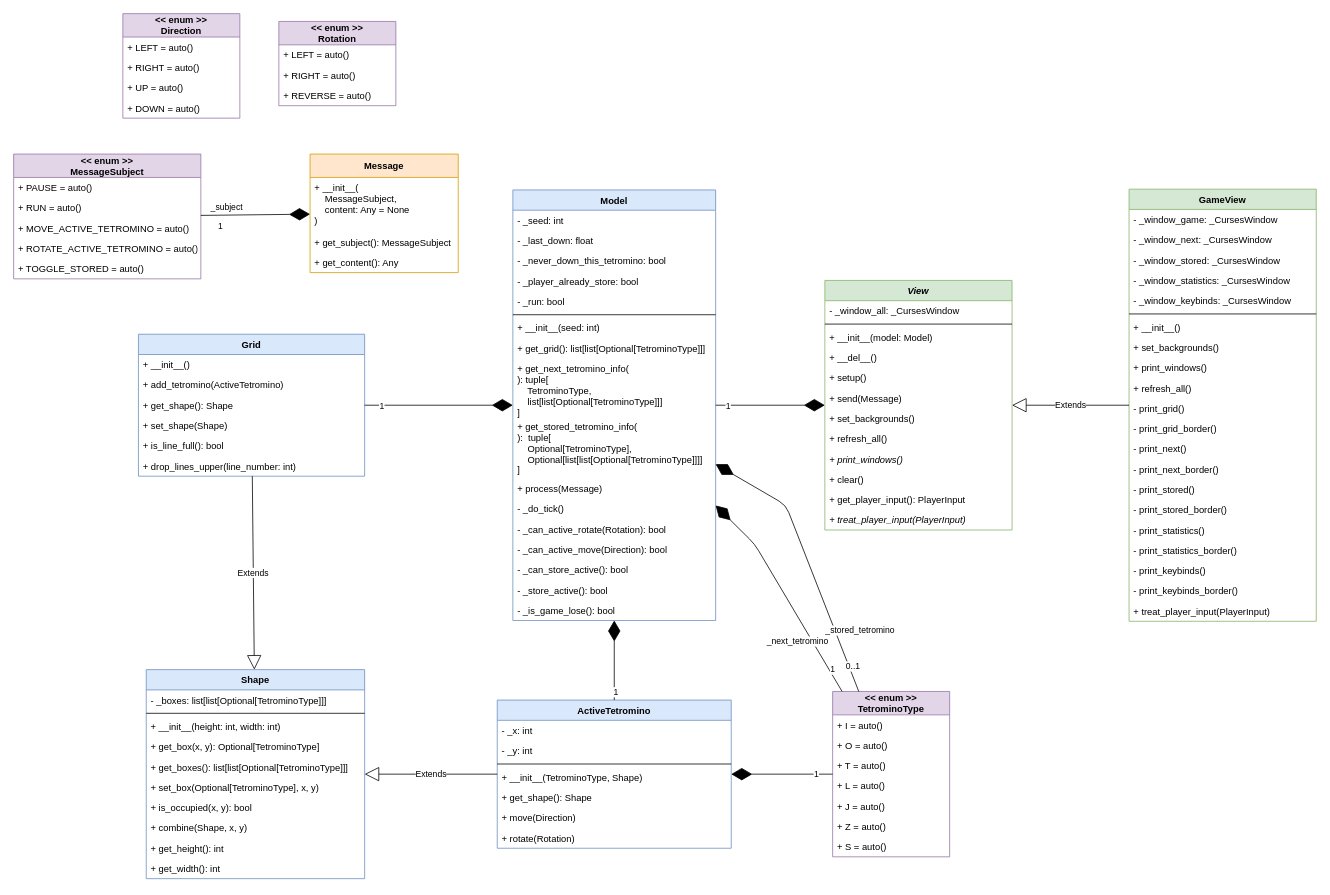
This is information/class diagram.drawio from le-chartreux/Tertris, a draw.io file, before an edit. Source tidied: cells renumbered, new cells numbered last; positions are measured from the earlier drawing's top-left corner, leaving out a move shared by most shapes. Both pictures are drawn from the tidied source at 78%, with x=0, y=0 at pixel (13, 13).
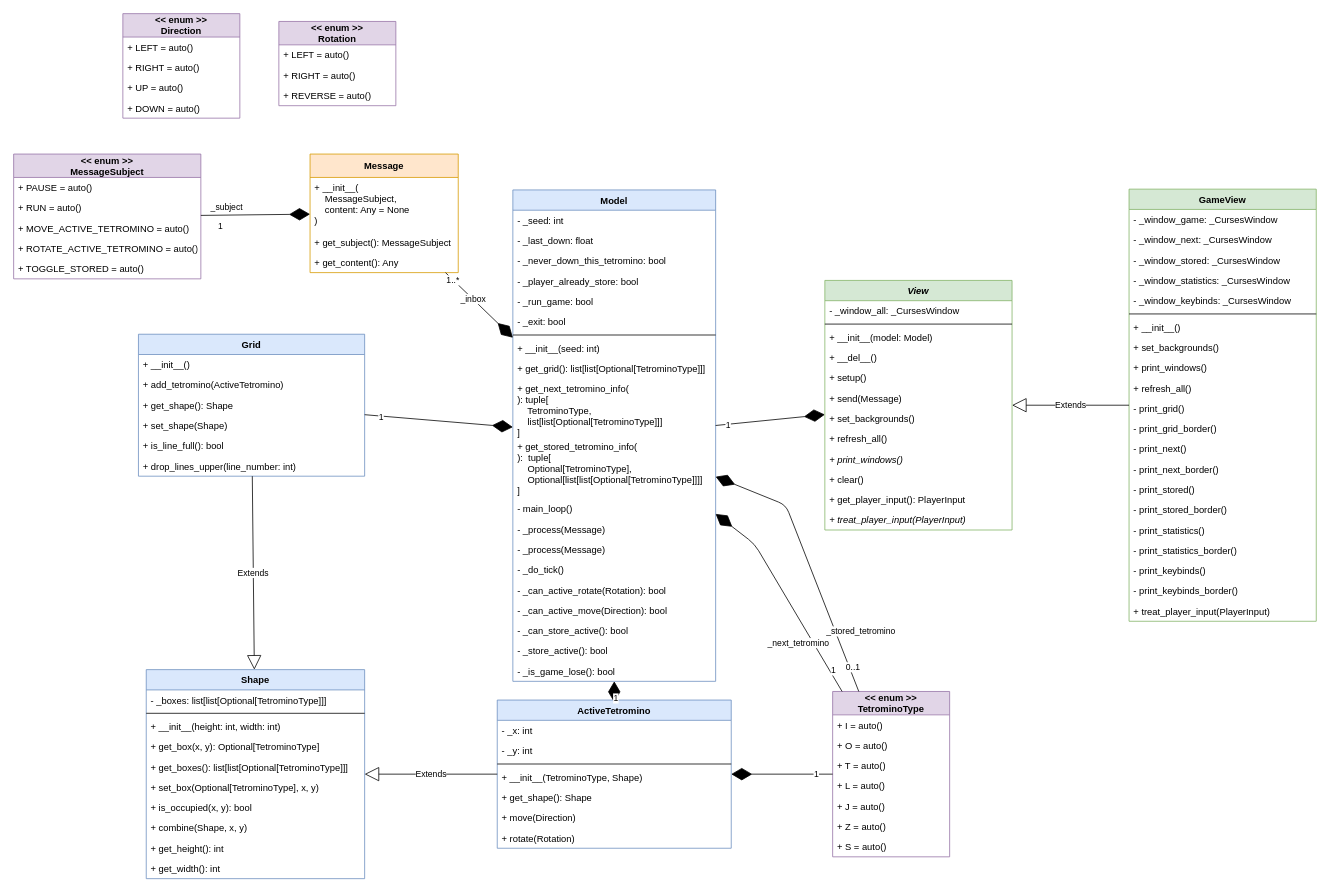
After the change.

Commit message (it also covers changes not shown here):
inbox system for actions asked to the model & pause now works fine

Unchanged cells that the change refers to:
```xml
<mxCell id="43" value="Message" style="swimlane;fontStyle=1;horizontal=1;startSize=30;fillColor=#ffe6cc;rounded=0;strokeColor=#d79b00;" parent="1" vertex="1">
  <mxGeometry x="380" y="180" width="190" height="152" as="geometry" />
</mxCell>
```

What changed in the source:
```diff
@@
     <mxCell id="2" value="Model" style="swimlane;fontStyle=1;align=center;verticalAlign=top;horizontal=1;startSize=26;fillColor=#dae8fc;strokeColor=#6c8ebf;" parent="1" vertex="1">
-      <mxGeometry x="640" y="226" width="260" height="552" as="geometry" />
+      <mxGeometry x="640" y="226" width="260" height="630" as="geometry" />
     </mxCell>
@@
-    <mxCell id="7" value="- _run: bool" style="text;strokeColor=none;fillColor=none;align=left;verticalAlign=top;spacingLeft=4;spacingRight=4;overflow=hidden;" parent="2" vertex="1">
+    <mxCell id="7" value="- _run_game: bool" style="text;strokeColor=none;fillColor=none;align=left;verticalAlign=top;spacingLeft=4;spacingRight=4;overflow=hidden;" parent="2" vertex="1">
       <mxGeometry y="130" width="260" height="26" as="geometry" />
     </mxCell>
+    <mxCell id="128" value="- _exit: bool" style="text;strokeColor=none;fillColor=none;align=left;verticalAlign=top;spacingLeft=4;spacingRight=4;overflow=hidden;" parent="2" vertex="1">
+      <mxGeometry y="156" width="260" height="26" as="geometry" />
+    </mxCell>
     <mxCell id="8" style="line;strokeWidth=1;fillColor=none;align=left;verticalAlign=middle;spacingTop=-1;spacingLeft=3;spacingRight=3;labelPosition=right;" parent="2" vertex="1">
-      <mxGeometry y="156" width="260" height="8" as="geometry" />
+      <mxGeometry y="182" width="260" height="8" as="geometry" />
     </mxCell>
     <mxCell id="9" value="+ __init__(seed: int)" style="text;strokeColor=none;fillColor=none;align=left;verticalAlign=top;spacingLeft=4;spacingRight=4;overflow=hidden;" parent="2" vertex="1">
-      <mxGeometry y="164" width="260" height="26" as="geometry" />
+      <mxGeometry y="190" width="260" height="26" as="geometry" />
     </mxCell>
     <mxCell id="10" value="+ get_grid(): list[list[Optional[TetrominoType]]]" style="text;strokeColor=none;fillColor=none;align=left;verticalAlign=top;spacingLeft=4;spacingRight=4;overflow=hidden;" parent="2" vertex="1">
-      <mxGeometry y="190" width="260" height="26" as="geometry" />
+      <mxGeometry y="216" width="260" height="26" as="geometry" />
     </mxCell>
     <mxCell id="11" value="+ get_next_tetromino_info(&#10;): tuple[&#10;    TetrominoType, &#10;    list[list[Optional[TetrominoType]]]&#10;]" style="text;strokeColor=none;fillColor=none;align=left;verticalAlign=top;spacingLeft=4;spacingRight=4;overflow=hidden;" parent="2" vertex="1">
-      <mxGeometry y="216" width="260" height="74" as="geometry" />
+      <mxGeometry y="242" width="260" height="74" as="geometry" />
     </mxCell>
     <mxCell id="12" value="+ get_stored_tetromino_info(&#10;):  tuple[&#10;    Optional[TetrominoType],&#10;    Optional[list[list[Optional[TetrominoType]]]]&#10;]" style="text;strokeColor=none;fillColor=none;align=left;verticalAlign=top;spacingLeft=4;spacingRight=4;overflow=hidden;" parent="2" vertex="1">
-      <mxGeometry y="290" width="260" height="80" as="geometry" />
+      <mxGeometry y="316" width="260" height="80" as="geometry" />
     </mxCell>
+    <mxCell id="129" value="- main_loop()" style="text;strokeColor=none;fillColor=none;align=left;verticalAlign=top;spacingLeft=4;spacingRight=4;overflow=hidden;" parent="2" vertex="1">
+      <mxGeometry y="396" width="260" height="26" as="geometry" />
+    </mxCell>
+    <mxCell id="130" value="- _process(Message)" style="text;strokeColor=none;fillColor=none;align=left;verticalAlign=top;spacingLeft=4;spacingRight=4;overflow=hidden;" parent="2" vertex="1">
+      <mxGeometry y="422" width="260" height="26" as="geometry" />
+    </mxCell>
-    <mxCell id="13" value="+ process(Message)" style="text;strokeColor=none;fillColor=none;align=left;verticalAlign=top;spacingLeft=4;spacingRight=4;overflow=hidden;" parent="2" vertex="1">
-      <mxGeometry y="370" width="260" height="26" as="geometry" />
+    <mxCell id="13" value="- _process(Message)" style="text;strokeColor=none;fillColor=none;align=left;verticalAlign=top;spacingLeft=4;spacingRight=4;overflow=hidden;" parent="2" vertex="1">
+      <mxGeometry y="448" width="260" height="26" as="geometry" />
     </mxCell>
     <mxCell id="14" value="- _do_tick()" style="text;strokeColor=none;fillColor=none;align=left;verticalAlign=top;spacingLeft=4;spacingRight=4;overflow=hidden;" parent="2" vertex="1">
-      <mxGeometry y="396" width="260" height="26" as="geometry" />
+      <mxGeometry y="474" width="260" height="26" as="geometry" />
     </mxCell>
     <mxCell id="15" value="- _can_active_rotate(Rotation): bool" style="text;strokeColor=none;fillColor=none;align=left;verticalAlign=top;spacingLeft=4;spacingRight=4;overflow=hidden;" parent="2" vertex="1">
-      <mxGeometry y="422" width="260" height="26" as="geometry" />
+      <mxGeometry y="500" width="260" height="26" as="geometry" />
     </mxCell>
     <mxCell id="16" value="- _can_active_move(Direction): bool" style="text;strokeColor=none;fillColor=none;align=left;verticalAlign=top;spacingLeft=4;spacingRight=4;overflow=hidden;" parent="2" vertex="1">
-      <mxGeometry y="448" width="260" height="26" as="geometry" />
+      <mxGeometry y="526" width="260" height="26" as="geometry" />
     </mxCell>
     <mxCell id="17" value="- _can_store_active(): bool" style="text;strokeColor=none;fillColor=none;align=left;verticalAlign=top;spacingLeft=4;spacingRight=4;overflow=hidden;" parent="2" vertex="1">
-      <mxGeometry y="474" width="260" height="26" as="geometry" />
+      <mxGeometry y="552" width="260" height="26" as="geometry" />
     </mxCell>
     <mxCell id="18" value="- _store_active(): bool" style="text;strokeColor=none;fillColor=none;align=left;verticalAlign=top;spacingLeft=4;spacingRight=4;overflow=hidden;" parent="2" vertex="1">
-      <mxGeometry y="500" width="260" height="26" as="geometry" />
+      <mxGeometry y="578" width="260" height="26" as="geometry" />
     </mxCell>
     <mxCell id="19" value="- _is_game_lose(): bool" style="text;strokeColor=none;fillColor=none;align=left;verticalAlign=top;spacingLeft=4;spacingRight=4;overflow=hidden;" parent="2" vertex="1">
-      <mxGeometry y="526" width="260" height="26" as="geometry" />
+      <mxGeometry y="604" width="260" height="26" as="geometry" />
     </mxCell>
@@
+    <mxCell id="131" style="endArrow=diamondThin;endFill=1;endSize=24;html=1;" parent="1" edge="1" source="43" target="2">
+      <mxGeometry relative="1" as="geometry" />
+    </mxCell>
+    <mxCell id="132" value="1..*" style="edgeLabel;html=1;align=center;verticalAlign=middle;" parent="131" vertex="1">
+      <mxGeometry x="-0.78" y="-1" relative="1" as="geometry" />
+    </mxCell>
+    <mxCell id="133" value="_inbox" style="edgeLabel;html=1;align=center;verticalAlign=middle;" parent="131" vertex="1">
+      <mxGeometry x="-0.2" relative="1" as="geometry" />
+    </mxCell>
```
